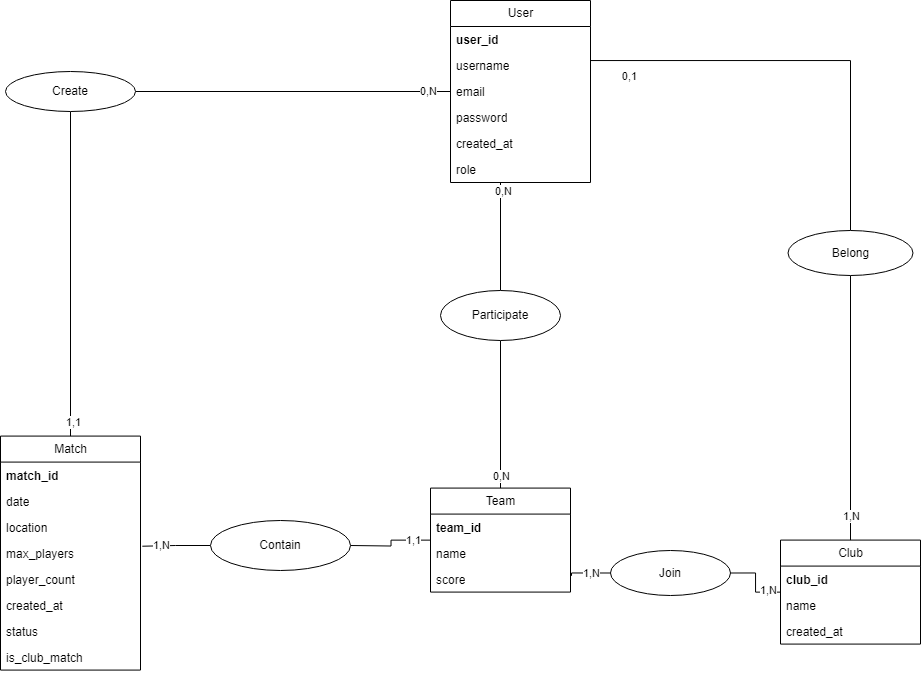
Above: MCD.drawio.png in Mathistrg/Styx (draw.io), before the change. Source tidied: cells renumbered, new cells last; positions are measured from the earlier drawing's top-left corner, leaving out a move shared by most shapes.
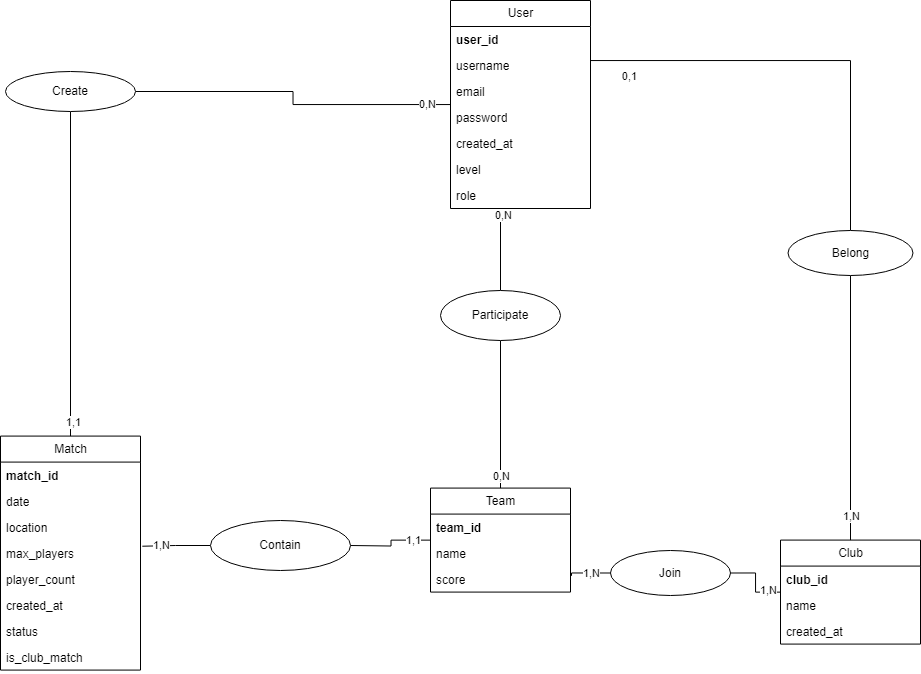
The same diagram one commit later.

Commit message:
Mettre à jour MCD.drawio.png

What changed in the source:
```diff
@@ -9,7 +9,7 @@
       <mxGeometry x="0.91" y="2" relative="1" as="geometry" />
     </mxCell>
     <mxCell id="4" value="User" style="swimlane;fontStyle=0;horizontal=1;startSize=26;fillColor=none;html=1;" parent="1" vertex="1">
-      <mxGeometry x="450" width="140" height="182" as="geometry" />
+      <mxGeometry x="450" width="140" height="208" as="geometry" />
     </mxCell>
     <mxCell id="5" value="&lt;b&gt;user_id&amp;nbsp;&lt;/b&gt;" style="text;strokeColor=none;fillColor=none;align=left;verticalAlign=top;spacingLeft=4;spacingRight=4;overflow=hidden;whiteSpace=wrap;html=1;" parent="4" vertex="1">
       <mxGeometry y="26" width="140" height="26" as="geometry" />
@@ -26,8 +26,11 @@
     <mxCell id="9" value="created_at" style="text;strokeColor=none;fillColor=none;align=left;verticalAlign=top;spacingLeft=4;spacingRight=4;overflow=hidden;whiteSpace=wrap;html=1;" parent="4" vertex="1">
       <mxGeometry y="130" width="140" height="26" as="geometry" />
     </mxCell>
+    <mxCell id="51" value="level" style="text;strokeColor=none;fillColor=none;align=left;verticalAlign=top;spacingLeft=4;spacingRight=4;overflow=hidden;whiteSpace=wrap;html=1;" parent="4" vertex="1">
+      <mxGeometry y="156" width="140" height="26" as="geometry" />
+    </mxCell>
     <mxCell id="10" value="role" style="text;strokeColor=none;fillColor=none;align=left;verticalAlign=top;spacingLeft=4;spacingRight=4;overflow=hidden;whiteSpace=wrap;html=1;" parent="4" vertex="1">
-      <mxGeometry y="156" width="140" height="26" as="geometry" />
+      <mxGeometry y="182" width="140" height="26" as="geometry" />
     </mxCell>
     <mxCell id="11" value="Match" style="swimlane;fontStyle=0;horizontal=1;startSize=26;fillColor=none;html=1;" parent="1" vertex="1">
       <mxGeometry y="435.6" width="140" height="234" as="geometry" />
```
